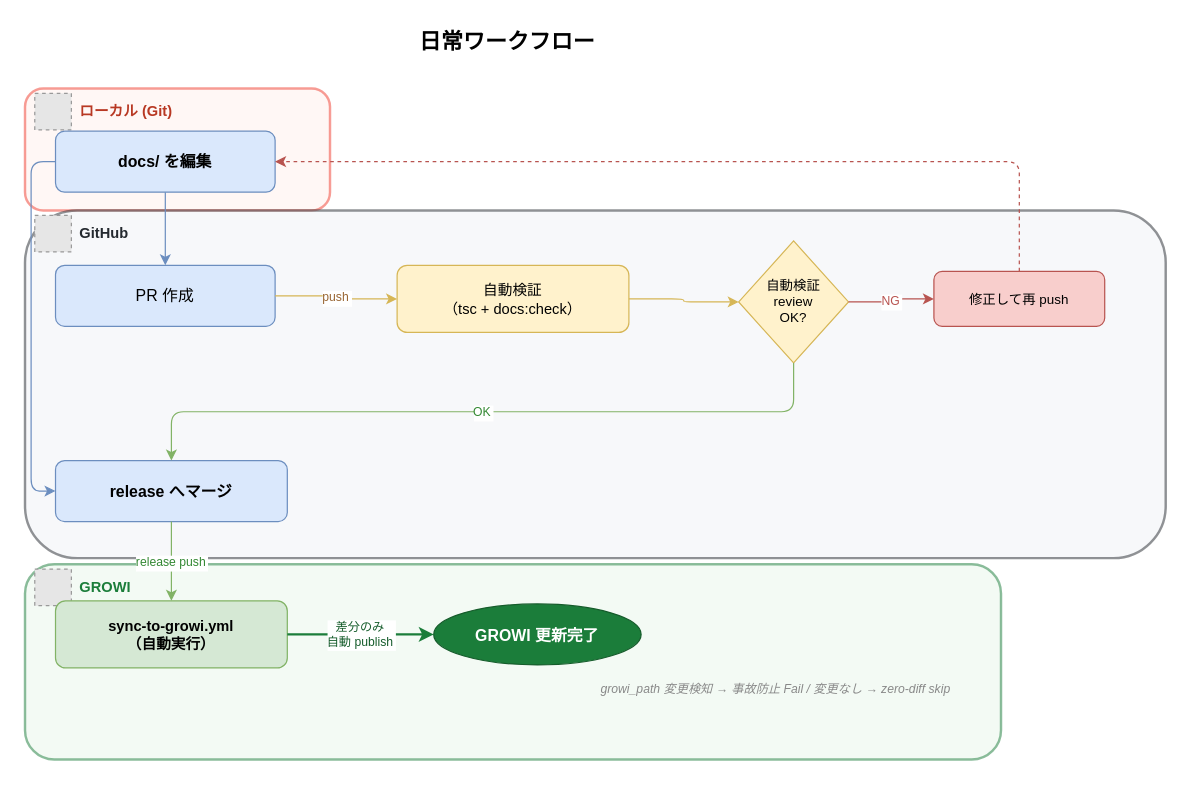
The draw.io diagram TechMeeting202604/docs-workflow.drawio in Mori-Taiki/Presentation, before the edit. Source tidied: cells renumbered, new cells numbered last; positions are measured from the earlier drawing's top-left corner, leaving out a move shared by most shapes. Both pictures are drawn from the tidied source at 122%, with x=0, y=0 at pixel (24, 21). Pictures stored in the file or linked from it are replaced by grey dashed boxes.
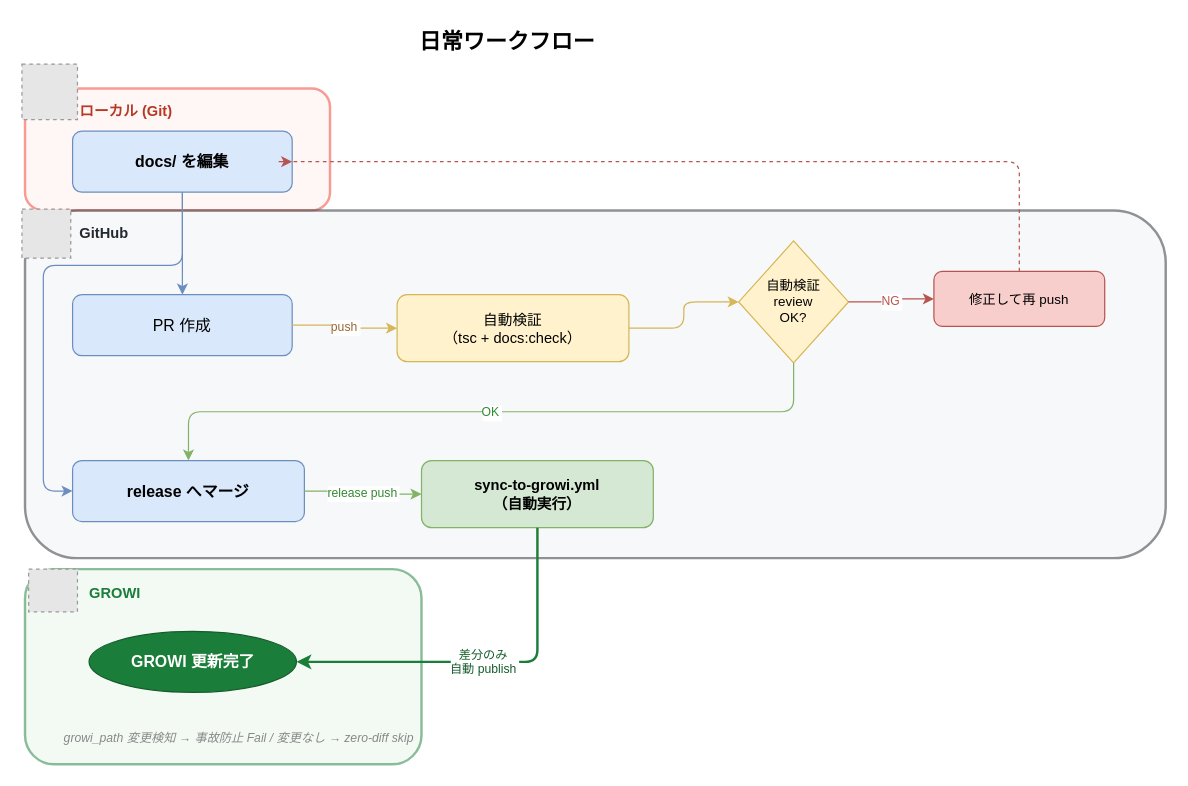
Above is the later version.

Diff of the diagram source:
```diff
@@
-    <mxCell id="4" style="fillColor=#E6E6E6;strokeColor=#999999;dashed=1;" parent="1" vertex="1">
-      <mxGeometry x="8" y="59" width="30" height="30" as="geometry" />
-    </mxCell>
@@
-    <mxCell id="7" style="fillColor=#E6E6E6;strokeColor=#999999;dashed=1;" parent="1" vertex="1">
-      <mxGeometry x="8" y="159" width="30" height="30" as="geometry" />
-    </mxCell>
@@
     <mxCell id="9" style="rounded=1;whiteSpace=wrap;fillColor=#E8F5E9;strokeColor=#1B7D3A;strokeWidth=2;opacity=50;" parent="1" vertex="1">
-      <mxGeometry y="445" width="800" height="160" as="geometry" />
+      <mxGeometry y="449" width="325" height="160" as="geometry" />
     </mxCell>
-    <mxCell id="10" style="fillColor=#E6E6E6;strokeColor=#999999;dashed=1;" parent="1" vertex="1">
-      <mxGeometry x="8" y="449" width="30" height="30" as="geometry" />
-    </mxCell>
     <mxCell id="11" value="GROWI" style="text;html=1;fontSize=12;fontStyle=1;fontColor=#1B7D3A;align=left;verticalAlign=middle;" parent="1" vertex="1">
-      <mxGeometry x="43" y="449" width="185" height="30" as="geometry" />
+      <mxGeometry x="50.5" y="454" width="185" height="30" as="geometry" />
     </mxCell>
     <mxCell id="12" value="docs/ を編集" style="rounded=1;whiteSpace=wrap;fillColor=#DAE8FC;strokeColor=#6C8EBF;fontSize=13;fontStyle=1;" parent="1" vertex="1">
-      <mxGeometry x="25" y="90" width="180" height="50" as="geometry" />
+      <mxGeometry x="39" y="90" width="180" height="50" as="geometry" />
     </mxCell>
     <mxCell id="13" value="PR 作成" style="rounded=1;whiteSpace=wrap;fillColor=#DAE8FC;strokeColor=#6C8EBF;fontSize=13;" parent="1" vertex="1">
-      <mxGeometry x="25" y="200" width="180" height="50" as="geometry" />
+      <mxGeometry x="39" y="224" width="180" height="50" as="geometry" />
     </mxCell>
     <mxCell id="14" value="自動検証&#10;（tsc + docs:check）" style="rounded=1;whiteSpace=wrap;fillColor=#FFF2CC;strokeColor=#D6B656;fontSize=12;" parent="1" vertex="1">
-      <mxGeometry x="305" y="200" width="190" height="55" as="geometry" />
+      <mxGeometry x="305" y="224" width="190" height="55" as="geometry" />
     </mxCell>
@@
     <mxCell id="17" value="release へマージ" style="rounded=1;whiteSpace=wrap;fillColor=#DAE8FC;strokeColor=#6C8EBF;fontSize=13;fontStyle=1;" parent="1" vertex="1">
-      <mxGeometry x="25" y="360" width="190" height="50" as="geometry" />
+      <mxGeometry x="39" y="360" width="190" height="50" as="geometry" />
     </mxCell>
     <mxCell id="18" value="sync-to-growi.yml&#10;（自動実行）" style="rounded=1;whiteSpace=wrap;fillColor=#D5E8D4;strokeColor=#82B366;fontSize=12;fontStyle=1;" parent="1" vertex="1">
-      <mxGeometry x="25" y="475" width="190" height="55" as="geometry" />
+      <mxGeometry x="325" y="360" width="190" height="55" as="geometry" />
     </mxCell>
     <mxCell id="19" value="GROWI 更新完了" style="ellipse;whiteSpace=wrap;fillColor=#1B7D3A;strokeColor=#155C2B;fontColor=#fff;fontSize=13;fontStyle=1;" parent="1" vertex="1">
-      <mxGeometry x="335" y="477.5" width="170" height="50" as="geometry" />
+      <mxGeometry x="52.5" y="500" width="170" height="50" as="geometry" />
     </mxCell>
@@
-    <mxCell id="26" value="差分のみ&#10;自動 publish" style="edgeStyle=orthogonalEdgeStyle;rounded=1;jettySize=auto;fontSize=10;strokeWidth=2;strokeColor=#1B7D3A;fontColor=#155C2B;" parent="1" edge="1" source="18" target="19">
-      <mxGeometry relative="1" as="geometry" />
+    <mxCell id="26" value="差分のみ&#10;自動 publish" style="edgeStyle=orthogonalEdgeStyle;rounded=1;jettySize=auto;fontSize=10;strokeWidth=2;strokeColor=#1B7D3A;fontColor=#155C2B;entryX=1;entryY=0.5;entryDx=0;entryDy=0;exitX=0.5;exitY=1;exitDx=0;exitDy=0;" parent="1" edge="1" source="18" target="19">
+      <mxGeometry relative="1" as="geometry">
+        <Array as="points">
+          <mxPoint x="420" y="525" />
+        </Array>
+      </mxGeometry>
     </mxCell>
@@
     <mxCell id="28" value="growi_path 変更検知 → 事故防止 Fail / 変更なし → zero-diff skip" style="text;html=1;fontSize=10;fontColor=#888;align=center;fontStyle=2;" parent="1" vertex="1">
-      <mxGeometry x="465" y="535" width="300" height="22" as="geometry" />
+      <mxGeometry x="25" y="575" width="300" height="22" as="geometry" />
     </mxCell>
-    <mxCell id="29" style="edgeStyle=orthogonalEdgeStyle;rounded=1;jettySize=auto;fontSize=10;strokeColor=#6C8EBF;exitX=0;exitY=0.5;exitDx=0;exitDy=0;entryX=0;entryY=0.5;entryDx=0;entryDy=0;" parent="1" edge="1" source="12" target="17">
-      <mxGeometry relative="1" as="geometry" />
+    <mxCell id="29" style="edgeStyle=orthogonalEdgeStyle;rounded=1;jettySize=auto;fontSize=10;strokeColor=#6C8EBF;exitX=0.5;exitY=1;exitDx=0;exitDy=0;entryX=0;entryY=0.5;entryDx=0;entryDy=0;" parent="1" edge="1" source="12" target="17">
+      <mxGeometry relative="1" as="geometry">
+        <Array as="points">
+          <mxPoint x="129" y="200" />
+          <mxPoint x="15" y="200" />
+          <mxPoint x="15" y="385" />
+        </Array>
+      </mxGeometry>
     </mxCell>
+    <mxCell id="30" style="fillColor=#E6E6E6;strokeColor=#999999;dashed=1;verticalLabelPosition=bottom;verticalAlign=top;" parent="1" vertex="1">
+      <mxGeometry x="-2.5" y="35" width="45.5" height="45.5" as="geometry" />
+    </mxCell>
+    <mxCell id="31" style="fillColor=#E6E6E6;strokeColor=#999999;dashed=1;verticalLabelPosition=bottom;verticalAlign=top;" parent="1" vertex="1">
+      <mxGeometry x="3" y="449" width="40" height="35" as="geometry" />
+    </mxCell>
+    <mxCell id="32" style="fillColor=#E6E6E6;strokeColor=#999999;dashed=1;verticalLabelPosition=bottom;verticalAlign=top;" parent="1" vertex="1">
+      <mxGeometry x="-2.5" y="154" width="40" height="40" as="geometry" />
+    </mxCell>
```
